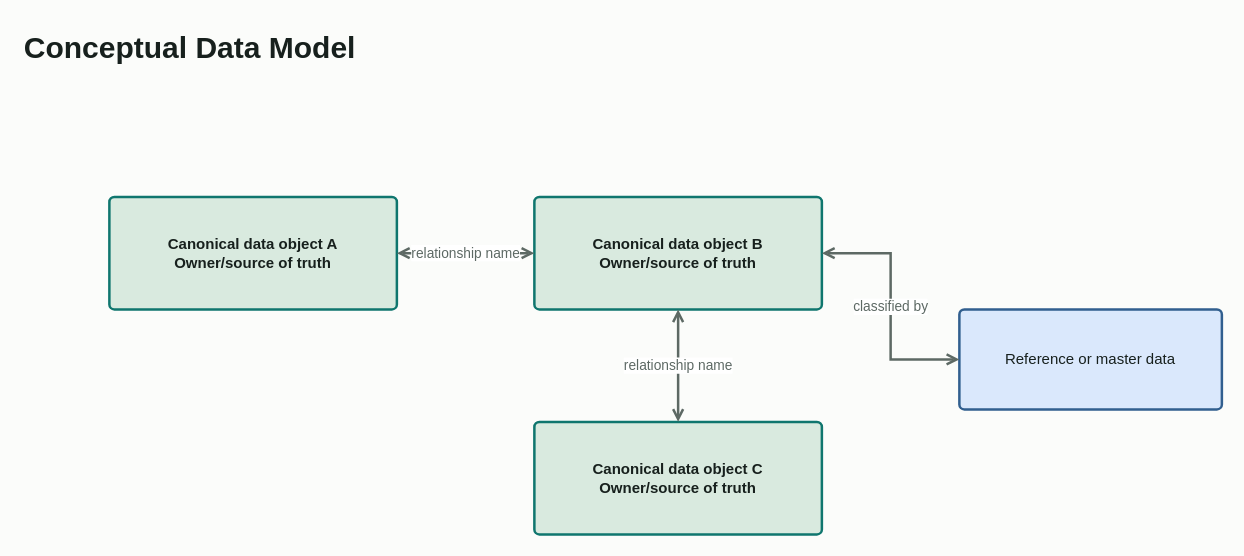
The draw.io diagram skills/create-drawio-diagram/templates/conceptual-data-model.drawio in Future-CX/AI-Architecture-Toolkit, before the edit. Source tidied: cells renumbered, new cells numbered last; positions are measured from the earlier drawing's top-left corner, leaving out a move shared by most shapes. Both pictures are drawn from the tidied source at 125%, with x=0, y=0 at pixel (21, 21).
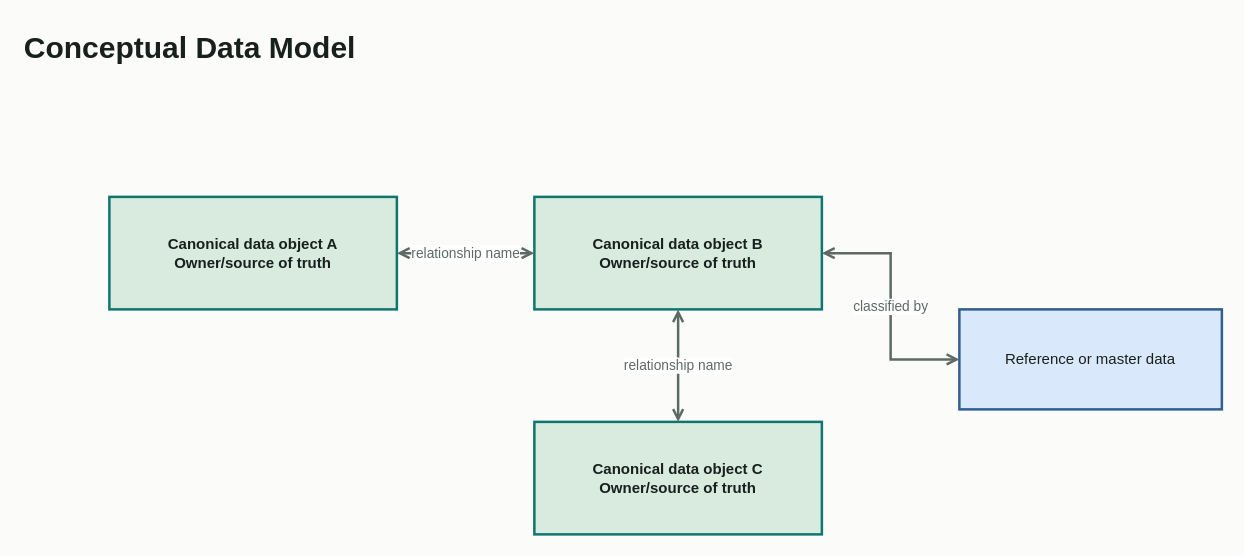
The same page after the edit.

What changed in the source:
```diff
@@
 <mxGraphModel background="#fbfcfa">
   <root>
     <mxCell id="0" />
     <mxCell id="1" parent="0" />
     <mxCell id="2" value="Conceptual Data Model" style="text;html=1;strokeColor=none;fillColor=none;align=left;fontStyle=1;fontSize=24;fontColor=#17201d;" parent="1" vertex="1">
       <mxGeometry width="460" height="40" as="geometry" />
     </mxCell>
-    <mxCell id="3" value="Canonical data object A&#10;Owner/source of truth" style="rounded=1;whiteSpace=wrap;html=1;arcSize=8;absoluteArcSize=1;spacing=12;fillColor=#d9eadf;strokeColor=#0f766e;fontColor=#17201d;fontStyle=1;strokeWidth=2;" parent="1" vertex="1">
+    <mxCell id="3" value="Canonical data object A&#10;Owner/source of truth" style="rounded=0;whiteSpace=wrap;html=1;spacing=12;fillColor=#d9eadf;strokeColor=#0f766e;fontColor=#17201d;fontStyle=1;strokeWidth=2;" parent="1" vertex="1">
       <mxGeometry x="70" y="140" width="230" height="90" as="geometry" />
     </mxCell>
-    <mxCell id="4" value="Canonical data object B&#10;Owner/source of truth" style="rounded=1;whiteSpace=wrap;html=1;arcSize=8;absoluteArcSize=1;spacing=12;fillColor=#d9eadf;strokeColor=#0f766e;fontColor=#17201d;fontStyle=1;strokeWidth=2;" parent="1" vertex="1">
+    <mxCell id="4" value="Canonical data object B&#10;Owner/source of truth" style="rounded=0;whiteSpace=wrap;html=1;spacing=12;fillColor=#d9eadf;strokeColor=#0f766e;fontColor=#17201d;fontStyle=1;strokeWidth=2;" parent="1" vertex="1">
       <mxGeometry x="410" y="140" width="230" height="90" as="geometry" />
     </mxCell>
-    <mxCell id="5" value="Canonical data object C&#10;Owner/source of truth" style="rounded=1;whiteSpace=wrap;html=1;arcSize=8;absoluteArcSize=1;spacing=12;fillColor=#d9eadf;strokeColor=#0f766e;fontColor=#17201d;fontStyle=1;strokeWidth=2;" parent="1" vertex="1">
+    <mxCell id="5" value="Canonical data object C&#10;Owner/source of truth" style="rounded=0;whiteSpace=wrap;html=1;spacing=12;fillColor=#d9eadf;strokeColor=#0f766e;fontColor=#17201d;fontStyle=1;strokeWidth=2;" parent="1" vertex="1">
       <mxGeometry x="410" y="320" width="230" height="90" as="geometry" />
     </mxCell>
-    <mxCell id="6" value="Reference or master data" style="rounded=1;whiteSpace=wrap;html=1;arcSize=8;absoluteArcSize=1;spacing=12;fillColor=#dae8fc;strokeColor=#315f8f;fontColor=#17201d;strokeWidth=2;" parent="1" vertex="1">
+    <mxCell id="6" value="Reference or master data" style="rounded=0;whiteSpace=wrap;html=1;spacing=12;fillColor=#dae8fc;strokeColor=#315f8f;fontColor=#17201d;strokeWidth=2;" parent="1" vertex="1">
       <mxGeometry x="750" y="230" width="210" height="80" as="geometry" />
     </mxCell>
     <mxCell id="7" value="relationship name" style="edgeStyle=orthogonalEdgeStyle;rounded=0;jettySize=auto;html=1;endArrow=open;startArrow=open;strokeColor=#5d6964;fontColor=#5d6964;strokeWidth=2;" parent="1" edge="1" source="3" target="4">
       <mxGeometry relative="1" as="geometry" />
     </mxCell>
     <mxCell id="8" value="relationship name" style="edgeStyle=orthogonalEdgeStyle;rounded=0;jettySize=auto;html=1;endArrow=open;startArrow=open;strokeColor=#5d6964;fontColor=#5d6964;strokeWidth=2;" parent="1" edge="1" source="4" target="5">
       <mxGeometry relative="1" as="geometry" />
     </mxCell>
     <mxCell id="9" value="classified by" style="edgeStyle=orthogonalEdgeStyle;rounded=0;jettySize=auto;html=1;endArrow=open;startArrow=open;strokeColor=#5d6964;fontColor=#5d6964;strokeWidth=2;" parent="1" edge="1" source="4" target="6">
       <mxGeometry relative="1" as="geometry" />
     </mxCell>
   </root>
 </mxGraphModel>
```
